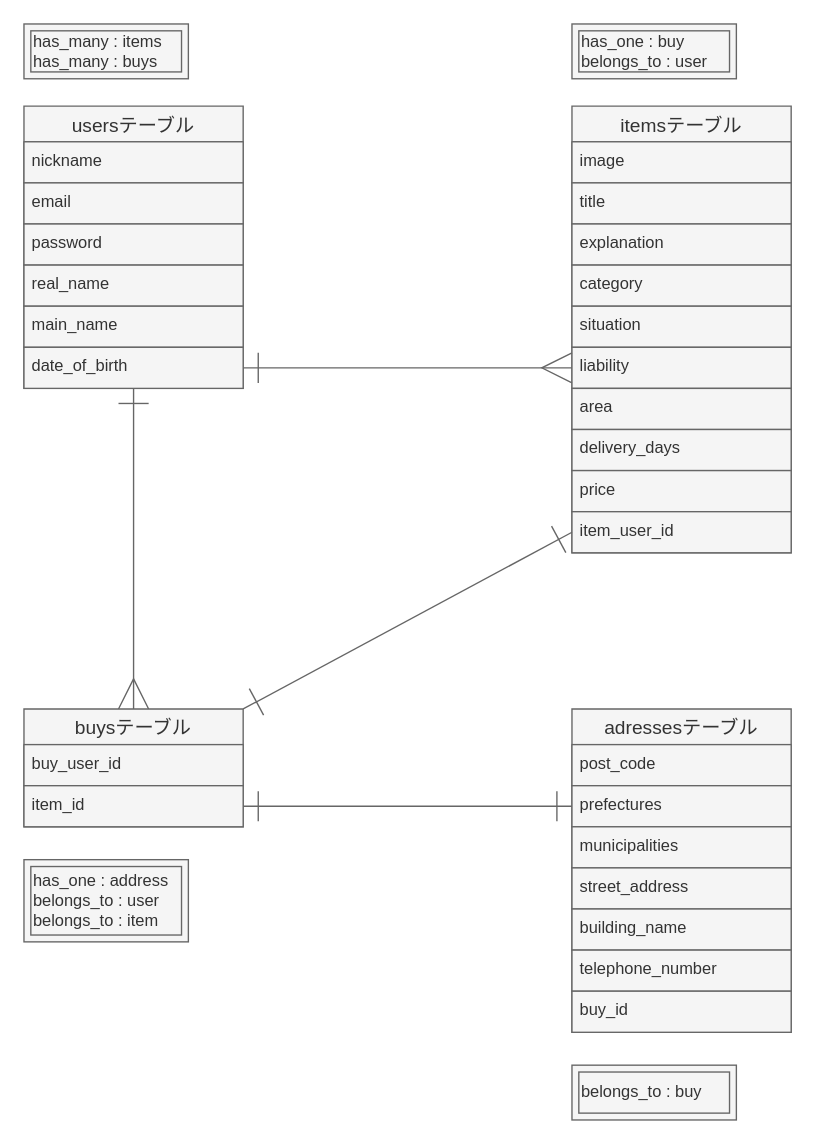
seiji-nagano/furima-39910 keeps this draw.io diagram as ER.dio. Above is the earlier version. Source tidied: cells renumbered, new cells numbered last; positions are measured from the earlier drawing's top-left corner, leaving out a move shared by most shapes. Both pictures are drawn from the tidied source at 137%, with x=0, y=0 at pixel (23, 23).
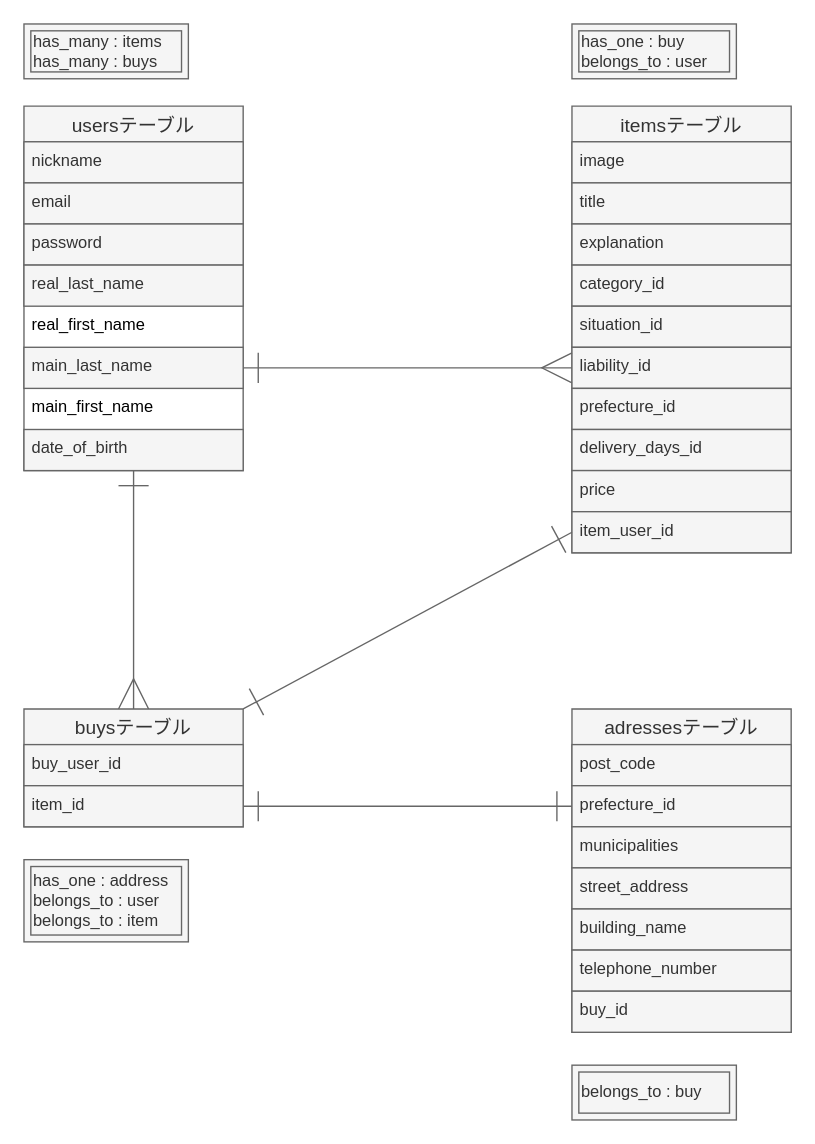
The same diagram, later.

Unchanged cells that the change refers to:
```xml
<mxCell id="9" value="itemsテーブル" style="swimlane;fontStyle=0;horizontal=1;startSize=26;align=center;fontSize=14;rounded=0;strokeColor=#666666;fillColor=#f5f5f5;fontColor=#333333;" parent="1" vertex="1">
  <mxGeometry x="400" y="60" width="160" height="326" as="geometry" />
</mxCell>
<mxCell id="22" value="buysテーブル" style="swimlane;fontStyle=0;horizontal=1;startSize=26;align=center;fontSize=14;rounded=0;strokeColor=#666666;fillColor=#f5f5f5;fontColor=#333333;" parent="1" vertex="1">
  <mxGeometry y="500" width="160" height="86" as="geometry" />
</mxCell>
<mxCell id="25" value="adressesテーブル" style="swimlane;fontStyle=0;horizontal=1;startSize=26;align=center;fontSize=14;rounded=0;strokeColor=#666666;fillColor=#f5f5f5;fontColor=#333333;" parent="1" vertex="1">
  <mxGeometry x="400" y="500" width="160" height="236" as="geometry" />
</mxCell>
```

The edit, as a diff of the source:
```diff
@@
     <mxCell id="2" value="usersテーブル" style="swimlane;fontStyle=0;horizontal=1;startSize=26;align=center;fontSize=14;rounded=0;strokeColor=#666666;fillColor=#f5f5f5;fontColor=#333333;" parent="1" vertex="1">
-      <mxGeometry y="60" width="160" height="206" as="geometry" />
+      <mxGeometry y="60" width="160" height="266" as="geometry" />
     </mxCell>
@@
-    <mxCell id="6" value="real_name" style="text;strokeColor=#666666;fillColor=#f5f5f5;spacingLeft=4;spacingRight=4;overflow=hidden;fontSize=12;rounded=0;fontColor=#333333;" parent="2" vertex="1">
+    <mxCell id="6" value="real_last_name" style="text;strokeColor=#666666;fillColor=#f5f5f5;spacingLeft=4;spacingRight=4;overflow=hidden;fontSize=12;rounded=0;fontColor=#333333;" parent="2" vertex="1">
       <mxGeometry y="116" width="160" height="30" as="geometry" />
     </mxCell>
+    <mxCell id="39" value="real_first_name" style="text;strokeColor=none;fillColor=none;spacingLeft=4;spacingRight=4;overflow=hidden;fontSize=12;fontColor=#000000;" parent="2" vertex="1">
+      <mxGeometry y="146" width="160" height="30" as="geometry" />
+    </mxCell>
-    <mxCell id="7" value="main_name" style="text;strokeColor=#666666;fillColor=#f5f5f5;spacingLeft=4;spacingRight=4;overflow=hidden;points=[[0,0.5],[1,0.5]];portConstraint=eastwest;fontSize=12;rounded=0;fontColor=#333333;" parent="2" vertex="1">
-      <mxGeometry y="146" width="160" height="30" as="geometry" />
+    <mxCell id="7" value="main_last_name" style="text;strokeColor=#666666;fillColor=#f5f5f5;spacingLeft=4;spacingRight=4;overflow=hidden;points=[[0,0.5],[1,0.5]];portConstraint=eastwest;fontSize=12;rounded=0;fontColor=#333333;" parent="2" vertex="1">
+      <mxGeometry y="176" width="160" height="30" as="geometry" />
     </mxCell>
+    <mxCell id="40" value="main_first_name" style="text;strokeColor=none;fillColor=none;spacingLeft=4;spacingRight=4;overflow=hidden;fontSize=12;fontColor=#000000;" parent="2" vertex="1">
+      <mxGeometry y="206" width="160" height="30" as="geometry" />
+    </mxCell>
     <mxCell id="8" value="date_of_birth" style="text;strokeColor=#666666;fillColor=#f5f5f5;spacingLeft=4;spacingRight=4;overflow=hidden;points=[[0,0.5],[1,0.5]];portConstraint=eastwest;fontSize=12;rounded=0;fontColor=#333333;" parent="2" vertex="1">
-      <mxGeometry y="176" width="160" height="30" as="geometry" />
+      <mxGeometry y="236" width="160" height="30" as="geometry" />
     </mxCell>
@@
-    <mxCell id="13" value="category" style="text;strokeColor=#666666;fillColor=#f5f5f5;spacingLeft=4;spacingRight=4;overflow=hidden;fontSize=12;rounded=0;fontColor=#333333;" parent="9" vertex="1">
+    <mxCell id="13" value="category_id" style="text;strokeColor=#666666;fillColor=#f5f5f5;spacingLeft=4;spacingRight=4;overflow=hidden;fontSize=12;rounded=0;fontColor=#333333;" parent="9" vertex="1">
       <mxGeometry y="116" width="160" height="30" as="geometry" />
     </mxCell>
-    <mxCell id="14" value="situation" style="text;strokeColor=#666666;fillColor=#f5f5f5;spacingLeft=4;spacingRight=4;overflow=hidden;fontSize=12;rounded=0;fontColor=#333333;" parent="9" vertex="1">
+    <mxCell id="14" value="situation_id" style="text;strokeColor=#666666;fillColor=#f5f5f5;spacingLeft=4;spacingRight=4;overflow=hidden;fontSize=12;rounded=0;fontColor=#333333;" parent="9" vertex="1">
       <mxGeometry y="146" width="160" height="30" as="geometry" />
     </mxCell>
-    <mxCell id="15" value="liability" style="text;strokeColor=#666666;fillColor=#f5f5f5;spacingLeft=4;spacingRight=4;overflow=hidden;points=[[0,0.5],[1,0.5]];portConstraint=eastwest;fontSize=12;rounded=0;fontColor=#333333;" parent="9" vertex="1">
+    <mxCell id="15" value="liability_id" style="text;strokeColor=#666666;fillColor=#f5f5f5;spacingLeft=4;spacingRight=4;overflow=hidden;points=[[0,0.5],[1,0.5]];portConstraint=eastwest;fontSize=12;rounded=0;fontColor=#333333;" parent="9" vertex="1">
       <mxGeometry y="176" width="160" height="30" as="geometry" />
     </mxCell>
-    <mxCell id="16" value="area" style="text;strokeColor=#666666;fillColor=#f5f5f5;spacingLeft=4;spacingRight=4;overflow=hidden;fontSize=12;rounded=0;fontColor=#333333;" parent="9" vertex="1">
+    <mxCell id="16" value="prefecture_id" style="text;strokeColor=#666666;fillColor=#f5f5f5;spacingLeft=4;spacingRight=4;overflow=hidden;fontSize=12;rounded=0;fontColor=#333333;" parent="9" vertex="1">
       <mxGeometry y="206" width="160" height="30" as="geometry" />
     </mxCell>
-    <mxCell id="17" value="delivery_days" style="text;strokeColor=#666666;fillColor=#f5f5f5;spacingLeft=4;spacingRight=4;overflow=hidden;fontSize=12;rounded=0;fontColor=#333333;" parent="9" vertex="1">
+    <mxCell id="17" value="delivery_days_id" style="text;strokeColor=#666666;fillColor=#f5f5f5;spacingLeft=4;spacingRight=4;overflow=hidden;fontSize=12;rounded=0;fontColor=#333333;" parent="9" vertex="1">
       <mxGeometry y="236" width="160" height="30" as="geometry" />
     </mxCell>
@@
-    <mxCell id="20" style="edgeStyle=none;html=1;exitX=0.5;exitY=0;exitDx=0;exitDy=0;strokeWidth=1;startArrow=ERmany;startFill=0;endArrow=ERone;endFill=0;startSize=20;endSize=20;rounded=0;fontColor=#000000;strokeColor=#666666;fillColor=#f5f5f5;" parent="1" edge="1" source="22" target="8">
+    <mxCell id="20" style="edgeStyle=none;html=1;exitX=0.5;exitY=0;exitDx=0;exitDy=0;strokeWidth=1;startArrow=ERmany;startFill=0;endArrow=ERone;endFill=0;startSize=20;endSize=20;rounded=0;fontColor=#000000;strokeColor=#666666;fillColor=#f5f5f5;entryX=0.5;entryY=1;entryDx=0;entryDy=0;" parent="1" edge="1" source="22" target="2">
       <mxGeometry relative="1" as="geometry" />
     </mxCell>
@@
-    <mxCell id="27" value="prefectures" style="text;strokeColor=#666666;fillColor=#f5f5f5;spacingLeft=4;spacingRight=4;overflow=hidden;points=[[0,0.5],[1,0.5]];portConstraint=eastwest;fontSize=12;rounded=0;fontColor=#333333;" parent="25" vertex="1">
+    <mxCell id="27" value="prefecture_id" style="text;strokeColor=#666666;fillColor=#f5f5f5;spacingLeft=4;spacingRight=4;overflow=hidden;points=[[0,0.5],[1,0.5]];portConstraint=eastwest;fontSize=12;rounded=0;fontColor=#333333;" parent="25" vertex="1">
       <mxGeometry y="56" width="160" height="30" as="geometry" />
     </mxCell>
@@
-    <mxCell id="33" style="edgeStyle=none;html=1;exitX=1;exitY=0.5;exitDx=0;exitDy=0;entryX=0;entryY=0.5;entryDx=0;entryDy=0;endArrow=ERmany;endFill=0;endSize=20;startArrow=ERone;startFill=0;startSize=20;rounded=0;fontColor=#000000;strokeColor=#666666;fillColor=#f5f5f5;" parent="1" edge="1" source="8" target="15">
+    <mxCell id="33" style="edgeStyle=none;html=1;exitX=1;exitY=0.5;exitDx=0;exitDy=0;entryX=0;entryY=0.5;entryDx=0;entryDy=0;endArrow=ERmany;endFill=0;endSize=20;startArrow=ERone;startFill=0;startSize=20;rounded=0;fontColor=#000000;strokeColor=#666666;fillColor=#f5f5f5;" parent="1" edge="1" source="7" target="15">
       <mxGeometry relative="1" as="geometry" />
     </mxCell>
```
